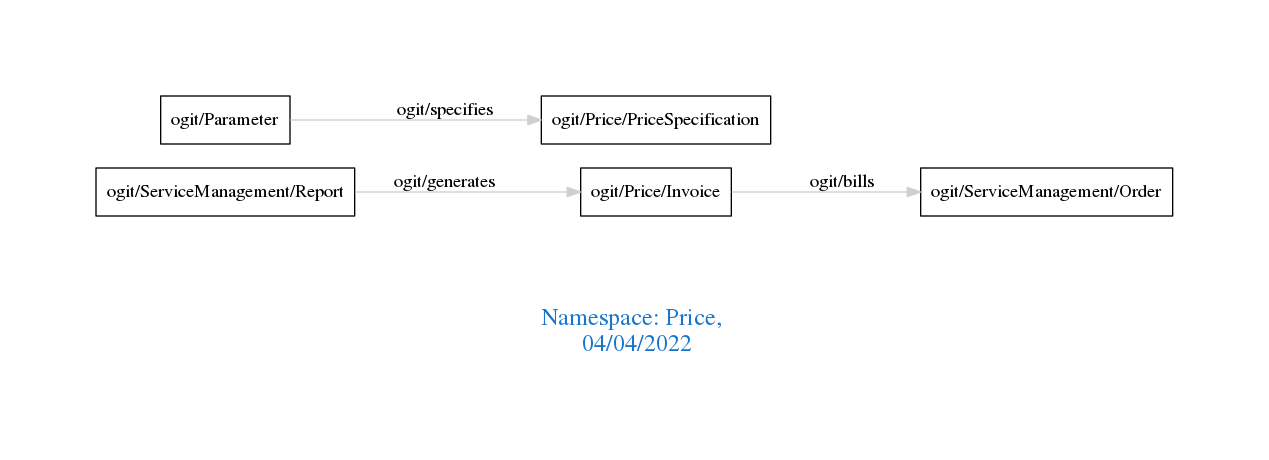
Above: downloads/Price.png in arago/OGIT (Graphviz), before the change. Its source is kept beside it as downloads/Price.dot.
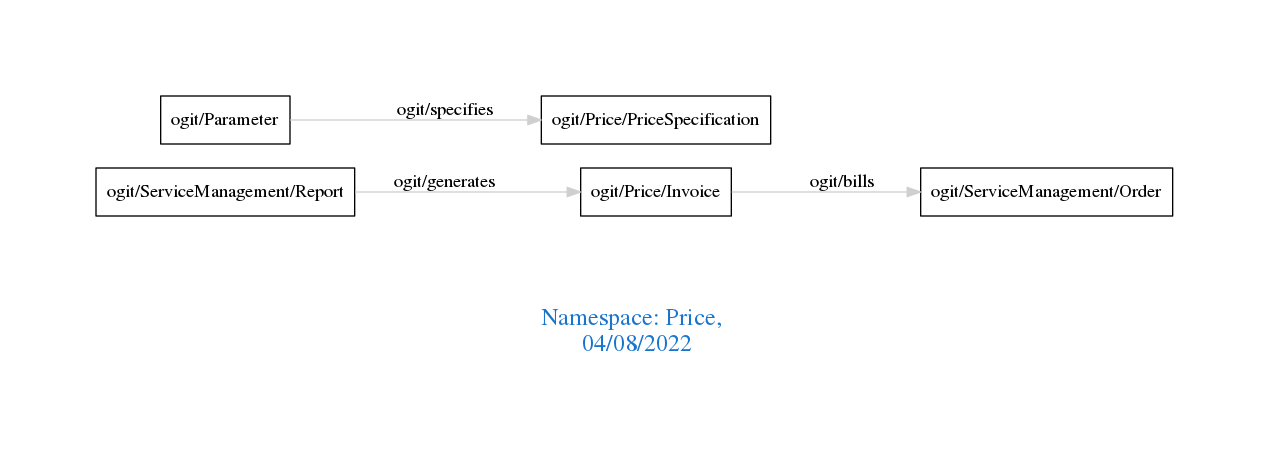
After the change.

The edit, as a diff of the source:
```diff
@@ -1,7 +1,7 @@
 digraph OGIT_ontology {
  graph [ rankdir= LR,pad=1
 fontsize = 18,
-fontcolor= dodgerblue3,label = "\n\n\nNamespace: Price, \n 04/04/2022"];
+fontcolor= dodgerblue3,label = "\n\n\nNamespace: Price, \n 04/08/2022"];
 node[shape=polygon];
 edge [  color="gray81"];
 
```
